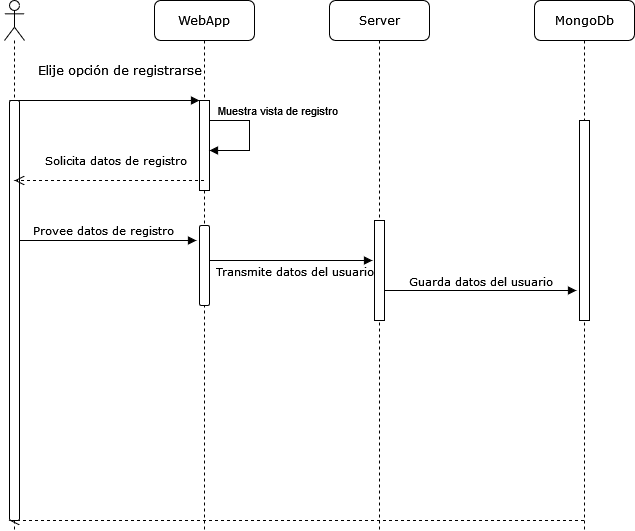
Arquisoft/dede_es4b keeps this draw.io diagram as docs/images/register.png. Above is the earlier version. Source tidied: cells renumbered, new cells last; positions are measured from the earlier drawing's top-left corner, leaving out a move shared by most shapes. The source it was exported from:
```xml
<mxGraphModel>
  <root>
    <mxCell id="0" />
    <mxCell id="1" parent="0" />
    <mxCell id="2" value="WebApp" style="shape=umlLifeline;perimeter=lifelinePerimeter;whiteSpace=wrap;html=1;outlineConnect=0;rounded=1;shadow=0;comic=0;labelBackgroundColor=none;strokeWidth=1;fontFamily=Verdana;fontSize=12;align=center;" parent="1" vertex="1">
      <mxGeometry x="150" width="100" height="530" as="geometry" />
    </mxCell>
    <mxCell id="3" style="html=1;points=[];perimeter=orthogonalPerimeter;rounded=0;shadow=0;comic=0;labelBackgroundColor=none;strokeWidth=1;fontFamily=Verdana;fontSize=12;align=center;" parent="2" vertex="1">
      <mxGeometry x="45" y="100" width="10" height="90" as="geometry" />
    </mxCell>
    <mxCell id="4" value="Muestra vista de registro" style="edgeStyle=orthogonalEdgeStyle;html=1;align=left;spacingLeft=2;endArrow=block;rounded=0;" parent="2" edge="1">
      <mxGeometry x="-0.91" y="10" relative="1" as="geometry">
        <mxPoint x="55" y="120" as="sourcePoint" />
        <mxPoint x="55" y="150" as="targetPoint" />
        <Array as="points">
          <mxPoint x="55" y="120" />
          <mxPoint x="95" y="120" />
          <mxPoint x="95" y="150" />
        </Array>
      </mxGeometry>
    </mxCell>
    <mxCell id="5" value="&lt;font style=&quot;font-size: 11px&quot;&gt;Transmite datos del usuario&lt;br&gt;&lt;/font&gt;" style="html=1;verticalAlign=bottom;endArrow=block;labelBackgroundColor=none;fontFamily=Verdana;fontSize=12;edgeStyle=elbowEdgeStyle;elbow=vertical;" parent="2" edge="1">
      <mxGeometry x="0.05" y="-21" relative="1" as="geometry">
        <mxPoint x="55" y="260" as="sourcePoint" />
        <mxPoint x="218" y="260" as="targetPoint" />
        <Array as="points">
          <mxPoint x="140" y="260" />
          <mxPoint x="217" y="239" />
        </Array>
      </mxGeometry>
    </mxCell>
    <mxCell id="6" style="html=1;points=[];perimeter=orthogonalPerimeter;rounded=1;fontFamily=Verdana;fontSize=11;" parent="2" vertex="1">
      <mxGeometry x="45" y="225" width="10" height="80" as="geometry" />
    </mxCell>
    <mxCell id="7" value="Server" style="shape=umlLifeline;perimeter=lifelinePerimeter;whiteSpace=wrap;html=1;rounded=1;shadow=0;comic=0;labelBackgroundColor=none;strokeWidth=1;fontFamily=Verdana;fontSize=12;align=center;" parent="1" vertex="1">
      <mxGeometry x="325" width="100" height="530" as="geometry" />
    </mxCell>
    <mxCell id="8" style="html=1;perimeter=orthogonalPerimeter;rounded=0;shadow=0;comic=0;labelBackgroundColor=none;strokeWidth=1;fontFamily=Verdana;fontSize=12;align=center;" parent="7" vertex="1">
      <mxGeometry x="45" y="220" width="10" height="100" as="geometry" />
    </mxCell>
    <mxCell id="9" value="Guarda datos del usuario" style="html=1;verticalAlign=bottom;endArrow=block;rounded=0;fontFamily=Verdana;fontSize=11;entryX=-0.3;entryY=0.85;entryDx=0;entryDy=0;entryPerimeter=0;" parent="7" edge="1" target="16">
      <mxGeometry relative="1" as="geometry">
        <mxPoint x="55" y="290" as="sourcePoint" />
      </mxGeometry>
    </mxCell>
    <mxCell id="10" style="html=1;verticalAlign=bottom;endArrow=open;dashed=1;endSize=8;labelBackgroundColor=none;fontFamily=Verdana;fontSize=12;edgeStyle=elbowEdgeStyle;elbow=vertical;" parent="1" edge="1" source="15">
      <mxGeometry relative="1" as="geometry">
        <mxPoint x="5" y="520" as="targetPoint" />
        <Array as="points">
          <mxPoint x="420" y="520" />
        </Array>
      </mxGeometry>
    </mxCell>
    <mxCell id="11" value="Elije opción de registrarse" style="html=1;verticalAlign=bottom;endArrow=block;entryX=0;entryY=0;labelBackgroundColor=none;fontFamily=Verdana;fontSize=12;edgeStyle=elbowEdgeStyle;elbow=vertical;" parent="1" edge="1" target="3">
      <mxGeometry x="0.15" y="20" relative="1" as="geometry">
        <mxPoint x="5" y="100" as="sourcePoint" />
      </mxGeometry>
    </mxCell>
    <mxCell id="12" style="shape=umlLifeline;participant=umlActor;perimeter=lifelinePerimeter;whiteSpace=wrap;html=1;verticalAlign=top;spacingTop=36;rounded=1;" parent="1" vertex="1">
      <mxGeometry width="20" height="530" as="geometry" />
    </mxCell>
    <mxCell id="13" style="html=1;perimeter=orthogonalPerimeter;rounded=1;" parent="12" vertex="1">
      <mxGeometry x="5" y="100" width="10" height="420" as="geometry" />
    </mxCell>
    <mxCell id="14" value="&lt;font face=&quot;Verdana&quot;&gt;Solicita datos de registro&lt;/font&gt;" style="html=1;verticalAlign=bottom;endArrow=open;dashed=1;endSize=8;rounded=0;" parent="12" edge="1" source="2">
      <mxGeometry x="-0.06" y="-10" relative="1" as="geometry">
        <mxPoint x="10" y="180" as="targetPoint" />
        <mxPoint x="1" as="offset" />
      </mxGeometry>
    </mxCell>
    <mxCell id="15" value="MongoDb" style="shape=umlLifeline;perimeter=lifelinePerimeter;whiteSpace=wrap;html=1;outlineConnect=0;rounded=1;shadow=0;comic=0;labelBackgroundColor=none;strokeWidth=1;fontFamily=Verdana;fontSize=12;align=center;" parent="1" vertex="1">
      <mxGeometry x="530" width="100" height="530" as="geometry" />
    </mxCell>
    <mxCell id="16" style="html=1;points=[];perimeter=orthogonalPerimeter;rounded=0;shadow=0;comic=0;labelBackgroundColor=none;strokeWidth=1;fontFamily=Verdana;fontSize=12;align=center;" parent="15" vertex="1">
      <mxGeometry x="45" y="120" width="10" height="200" as="geometry" />
    </mxCell>
    <mxCell id="17" value="&lt;font style=&quot;font-size: 11px&quot;&gt;Provee datos de registro&lt;/font&gt;" style="html=1;verticalAlign=bottom;endArrow=block;labelBackgroundColor=none;fontFamily=Verdana;fontSize=12;edgeStyle=elbowEdgeStyle;elbow=vertical;entryX=-0.3;entryY=0.188;entryDx=0;entryDy=0;entryPerimeter=0;" parent="1" edge="1" target="6">
      <mxGeometry x="-0.05" relative="1" as="geometry">
        <mxPoint x="15" y="240" as="sourcePoint" />
        <Array as="points">
          <mxPoint x="100" y="240" />
        </Array>
      </mxGeometry>
    </mxCell>
  </root>
</mxGraphModel>
```
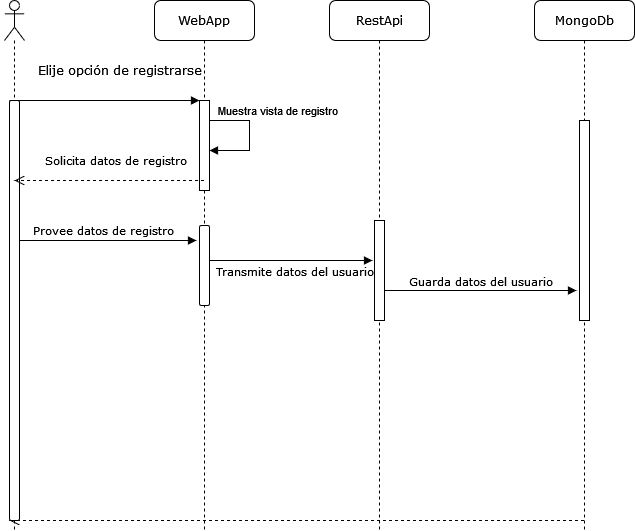
Above is the later version.

The edit, as a diff of the source:
```diff
@@ -32,7 +32,7 @@
     <mxCell id="6" style="html=1;points=[];perimeter=orthogonalPerimeter;rounded=1;fontFamily=Verdana;fontSize=11;" parent="2" vertex="1">
       <mxGeometry x="45" y="225" width="10" height="80" as="geometry" />
     </mxCell>
-    <mxCell id="7" value="Server" style="shape=umlLifeline;perimeter=lifelinePerimeter;whiteSpace=wrap;html=1;rounded=1;shadow=0;comic=0;labelBackgroundColor=none;strokeWidth=1;fontFamily=Verdana;fontSize=12;align=center;" parent="1" vertex="1">
+    <mxCell id="7" value="&lt;div&gt;RestApi&lt;/div&gt;" style="shape=umlLifeline;perimeter=lifelinePerimeter;whiteSpace=wrap;html=1;rounded=1;shadow=0;comic=0;labelBackgroundColor=none;strokeWidth=1;fontFamily=Verdana;fontSize=12;align=center;" parent="1" vertex="1">
       <mxGeometry x="325" width="100" height="530" as="geometry" />
     </mxCell>
     <mxCell id="8" style="html=1;perimeter=orthogonalPerimeter;rounded=0;shadow=0;comic=0;labelBackgroundColor=none;strokeWidth=1;fontFamily=Verdana;fontSize=12;align=center;" parent="7" vertex="1">
```
